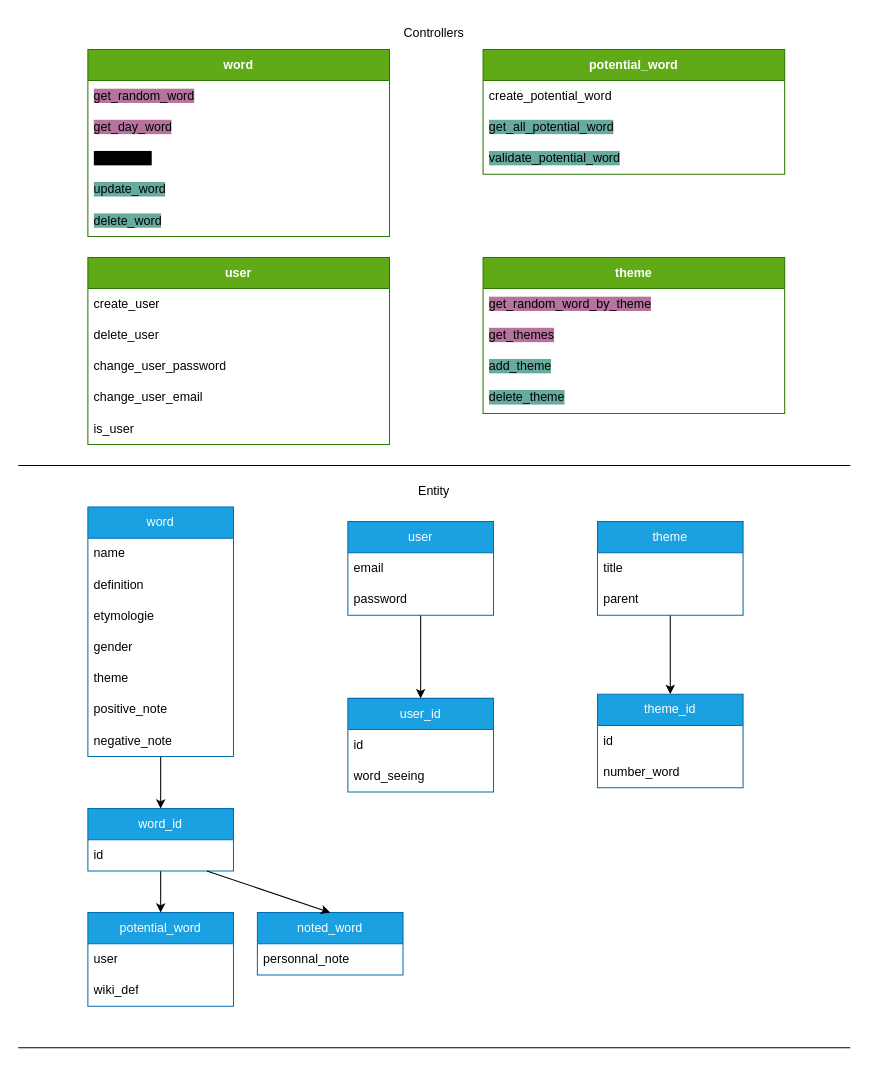
Staneo644/Polymathon_back keeps this draw.io diagram as polymathon.drawio. Above is the earlier version. Source tidied: cells renumbered, new cells numbered last; positions are measured from the earlier drawing's top-left corner, leaving out a move shared by most shapes. Both pictures are drawn from the tidied source at 104%, with x=0, y=0 at pixel (18, 18).
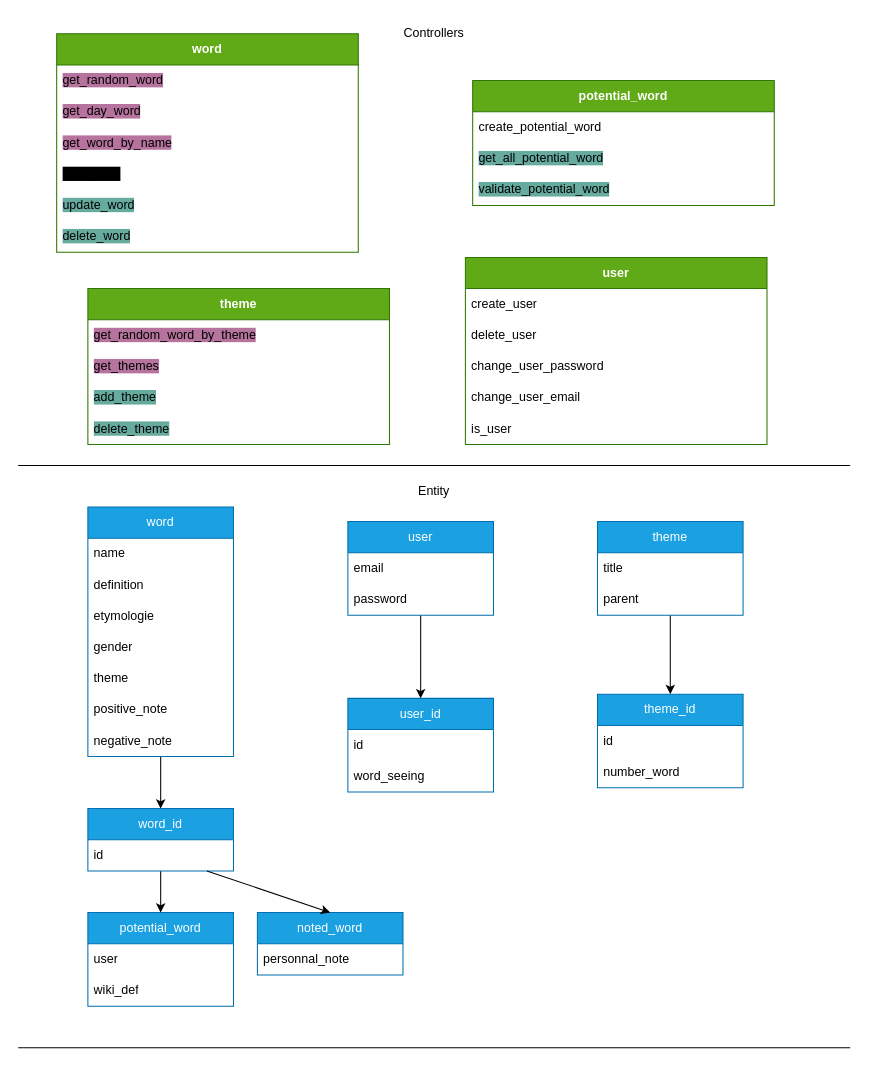
The same diagram, later.

Change to the diagram source:
```diff
@@
     <mxCell id="2" value="&lt;strong&gt;word&lt;/strong&gt;" style="swimlane;fontStyle=0;horizontal=1;startSize=30;whiteSpace=wrap;html=1;fillColor=#60a917;strokeColor=#2D7600;fontColor=#ffffff;" parent="1" vertex="1">
-      <mxGeometry x="67" y="30" width="290" height="180" as="geometry" />
+      <mxGeometry x="37" y="15" width="290" height="210" as="geometry" />
     </mxCell>
@@
+    <mxCell id="59" value="&lt;span style=&quot;background-color: rgb(181, 115, 157);&quot;&gt;get_day_word&lt;/span&gt;" style="text;strokeColor=none;fillColor=none;align=left;verticalAlign=middle;spacingLeft=4;spacingRight=4;overflow=hidden;whiteSpace=wrap;html=1;" parent="2" vertex="1">
+      <mxGeometry y="60" width="290" height="30" as="geometry" />
+    </mxCell>
-    <mxCell id="4" value="&lt;span style=&quot;background-color: rgb(181, 115, 157);&quot;&gt;get_day_word&lt;/span&gt;" style="text;strokeColor=none;fillColor=none;align=left;verticalAlign=middle;spacingLeft=4;spacingRight=4;overflow=hidden;whiteSpace=wrap;html=1;" parent="2" vertex="1">
-      <mxGeometry y="60" width="290" height="30" as="geometry" />
+    <mxCell id="4" value="&lt;span style=&quot;background-color: rgb(181, 115, 157);&quot;&gt;get_word_by_name&lt;/span&gt;" style="text;strokeColor=none;fillColor=none;align=left;verticalAlign=middle;spacingLeft=4;spacingRight=4;overflow=hidden;whiteSpace=wrap;html=1;" parent="2" vertex="1">
+      <mxGeometry y="90" width="290" height="30" as="geometry" />
     </mxCell>
     <mxCell id="5" value="&lt;span style=&quot;background-color: rgb(0, 0, 0);&quot;&gt;note_word&lt;/span&gt;" style="text;strokeColor=none;fillColor=none;align=left;verticalAlign=middle;spacingLeft=4;spacingRight=4;overflow=hidden;whiteSpace=wrap;html=1;" parent="2" vertex="1">
-      <mxGeometry y="90" width="290" height="30" as="geometry" />
+      <mxGeometry y="120" width="290" height="30" as="geometry" />
     </mxCell>
     <mxCell id="6" value="&lt;div&gt;&lt;span style=&quot;background-color: rgb(103, 171, 159);&quot;&gt;update_word&lt;/span&gt;&lt;/div&gt;" style="text;strokeColor=none;fillColor=none;align=left;verticalAlign=middle;spacingLeft=4;spacingRight=4;overflow=hidden;whiteSpace=wrap;html=1;" parent="2" vertex="1">
-      <mxGeometry y="120" width="290" height="30" as="geometry" />
+      <mxGeometry y="150" width="290" height="30" as="geometry" />
     </mxCell>
     <mxCell id="7" value="&lt;div&gt;&lt;span style=&quot;background-color: rgb(103, 171, 159);&quot;&gt;delete_word&lt;/span&gt;&lt;/div&gt;" style="text;strokeColor=none;fillColor=none;align=left;verticalAlign=middle;spacingLeft=4;spacingRight=4;overflow=hidden;whiteSpace=wrap;html=1;" parent="2" vertex="1">
-      <mxGeometry y="150" width="290" height="30" as="geometry" />
+      <mxGeometry y="180" width="290" height="30" as="geometry" />
     </mxCell>
     <mxCell id="8" value="&lt;strong&gt;user&lt;/strong&gt;" style="swimlane;fontStyle=0;horizontal=1;startSize=30;whiteSpace=wrap;html=1;fillColor=#60a917;strokeColor=#2D7600;fontColor=#ffffff;" parent="1" vertex="1">
-      <mxGeometry x="67" y="230" width="290" height="180" as="geometry" />
+      <mxGeometry x="430" y="230" width="290" height="180" as="geometry" />
     </mxCell>
@@
     <mxCell id="14" value="&lt;strong&gt;potential_word&lt;/strong&gt;" style="swimlane;fontStyle=0;horizontal=1;startSize=30;whiteSpace=wrap;html=1;fillColor=#60a917;strokeColor=#2D7600;fontColor=#ffffff;" parent="1" vertex="1">
-      <mxGeometry x="447" y="30" width="290" height="120" as="geometry" />
+      <mxGeometry x="437" y="60" width="290" height="120" as="geometry" />
     </mxCell>
@@
     <mxCell id="18" value="&lt;strong&gt;theme&lt;/strong&gt;" style="swimlane;fontStyle=0;horizontal=1;startSize=30;whiteSpace=wrap;html=1;fillColor=#60a917;strokeColor=#2D7600;fontColor=#ffffff;" parent="1" vertex="1">
-      <mxGeometry x="447" y="230" width="290" height="150" as="geometry" />
+      <mxGeometry x="67" y="260" width="290" height="150" as="geometry" />
     </mxCell>
```
